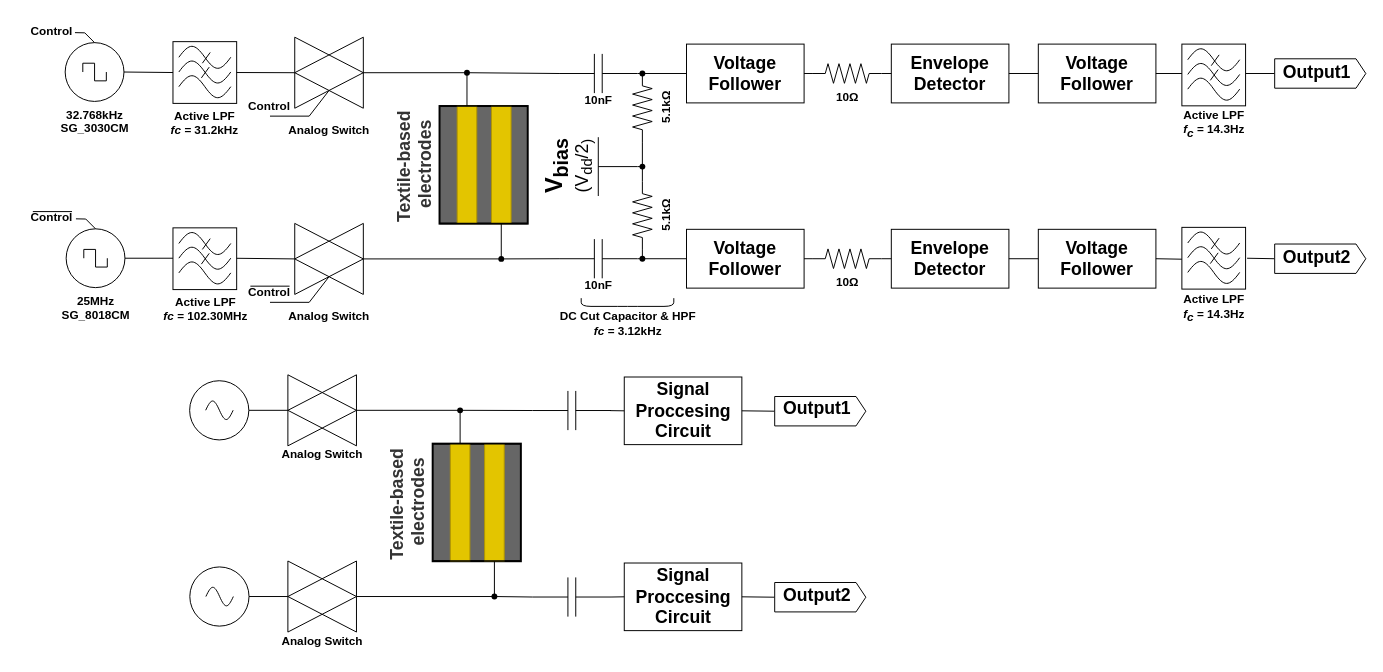
Before: forICCE2024.drawio in 10matcho27/drawio_figure, a draw.io diagram. Source tidied: cells renumbered, new cells numbered last; positions are measured from the earlier drawing's top-left corner, leaving out a move shared by most shapes. Both pictures are drawn from the tidied source at 98%, with x=0, y=0 at pixel (17, 17).
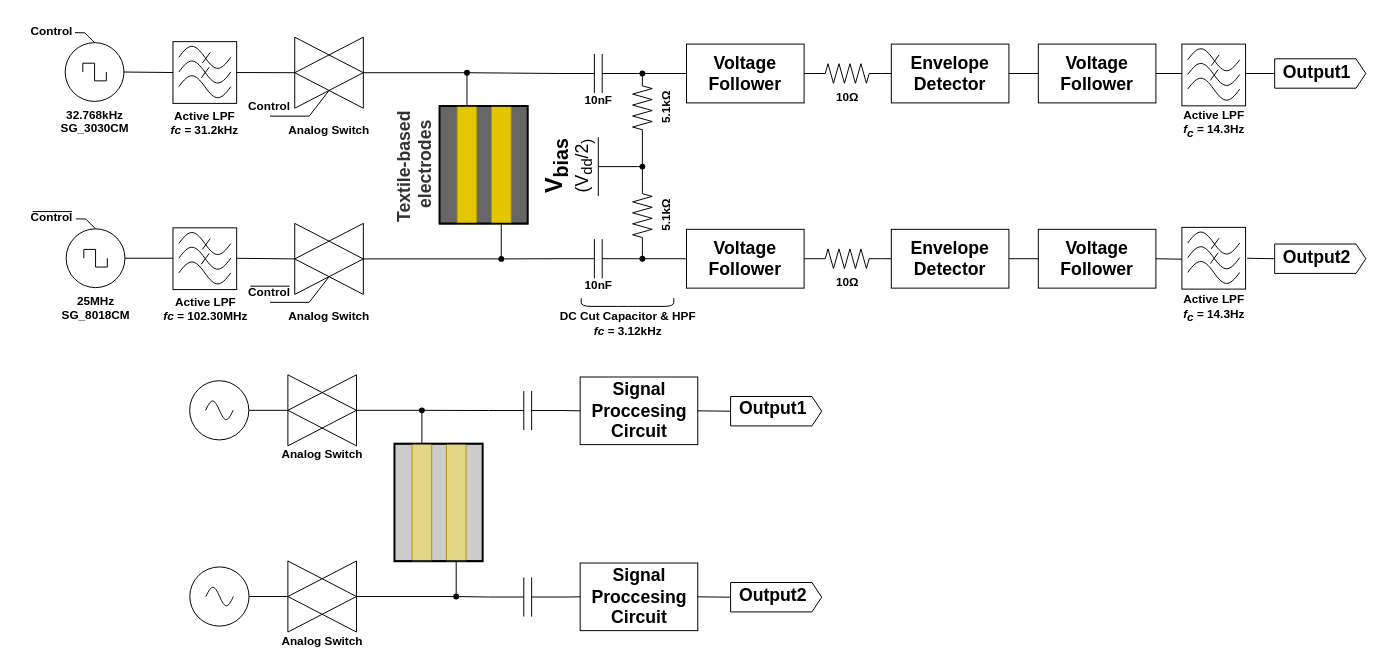
After the change.

Commit message (it also covers changes not shown here):
forICCE2024.drawio を更新します

What changed in the source:
```diff
@@
     <mxCell id="112" style="verticalLabelPosition=bottom;shadow=0;dashed=0;align=center;html=1;verticalAlign=top;shape=mxgraph.electrical.capacitors.capacitor_1;fontFamily=Century;spacingTop=-7;" parent="1" vertex="1">
-      <mxGeometry x="526" y="381.4" width="80" height="40" as="geometry" />
+      <mxGeometry x="481" y="381.4" width="80" height="40" as="geometry" />
     </mxCell>
-    <mxCell id="113" style="rounded=0;whiteSpace=wrap;html=1;fontFamily=Helvetica;fillColor=#666666;strokeColor=#000000;fontColor=#ffffff;rotation=90;strokeWidth=2;" parent="1" vertex="1">
-      <mxGeometry x="409" y="450.2" width="120" height="90" as="geometry" />
+    <mxCell id="113" style="rounded=0;whiteSpace=wrap;html=1;fontFamily=Helvetica;fillColor=#CCCCCC;strokeColor=#000000;fontColor=#ffffff;rotation=90;strokeWidth=2;" parent="1" vertex="1">
+      <mxGeometry x="370" y="450.2" width="120" height="90" as="geometry" />
     </mxCell>
-    <mxCell id="114" style="rounded=0;whiteSpace=wrap;html=1;fontFamily=Helvetica;fillColor=#E3C500;rotation=0;fontColor=#000000;strokeColor=#B09500;" parent="1" vertex="1">
-      <mxGeometry x="442" y="435.2" width="20" height="120" as="geometry" />
+    <mxCell id="114" style="rounded=0;whiteSpace=wrap;html=1;fontFamily=Helvetica;fillColor=#E3D786;rotation=0;fontColor=#000000;strokeColor=#B09500;" parent="1" vertex="1">
+      <mxGeometry x="403" y="435.2" width="20" height="120" as="geometry" />
     </mxCell>
-    <mxCell id="115" style="rounded=0;whiteSpace=wrap;html=1;fontFamily=Helvetica;fillColor=#E3C500;rotation=0;fontColor=#000000;strokeColor=#B09500;" parent="1" vertex="1">
-      <mxGeometry x="477" y="435.2" width="20" height="120" as="geometry" />
+    <mxCell id="115" style="rounded=0;whiteSpace=wrap;html=1;fontFamily=Helvetica;fillColor=#E3D786;rotation=0;fontColor=#000000;strokeColor=#B09500;" parent="1" vertex="1">
+      <mxGeometry x="438" y="435.2" width="20" height="120" as="geometry" />
     </mxCell>
     <mxCell id="116" style="shape=waypoint;sketch=0;fillStyle=solid;size=6;points=[];fillColor=none;perimeter=centerPerimeter;snapToPoint=1;verticalAlign=top;spacingBottom=0;spacingTop=-5;fontFamily=Verdana;fontSize=12;" parent="1" vertex="1">
-      <mxGeometry x="432" y="381.2" width="40" height="40" as="geometry" />
+      <mxGeometry x="393" y="381.2" width="40" height="40" as="geometry" />
     </mxCell>
     <mxCell id="117" style="verticalLabelPosition=bottom;shadow=0;dashed=0;align=center;html=1;verticalAlign=top;shape=mxgraph.electrical.capacitors.capacitor_1;fontFamily=Century;spacingTop=-7;" parent="1" vertex="1">
-      <mxGeometry x="526" y="571.7" width="80" height="40" as="geometry" />
+      <mxGeometry x="481" y="571.7" width="80" height="40" as="geometry" />
     </mxCell>
-    <mxCell id="118" value="&lt;div&gt;&lt;font face=&quot;Century&quot;&gt;&lt;b&gt;Textile-based&amp;nbsp;&lt;/b&gt;&lt;/font&gt;&lt;/div&gt;&lt;div&gt;&lt;font face=&quot;Century&quot;&gt;&lt;b&gt;electrodes&lt;/b&gt;&lt;/font&gt;&lt;/div&gt;" style="text;html=1;align=center;verticalAlign=middle;strokeColor=none;fillColor=none;fontSize=18;fontFamily=Helvetica;fontColor=#333333;rotation=-90;" parent="1" vertex="1">
-      <mxGeometry x="329" y="465.2" width="140" height="60" as="geometry" />
-    </mxCell>
@@
     <mxCell id="128" style="shape=waypoint;sketch=0;fillStyle=solid;size=6;points=[];fillColor=none;perimeter=centerPerimeter;snapToPoint=1;verticalAlign=top;spacingBottom=0;spacingTop=-5;fontFamily=Verdana;fontSize=12;" parent="1" vertex="1">
-      <mxGeometry x="467" y="571.2" width="40" height="40" as="geometry" />
+      <mxGeometry x="428" y="571.2" width="40" height="40" as="geometry" />
     </mxCell>
@@
     <mxCell id="138" style="endArrow=none;html=1;rounded=0;entryX=0;entryY=0;entryDx=0;entryDy=0;exitX=0;exitY=1;exitDx=0;exitDy=0;strokeWidth=1.5;" parent="1" edge="1">
       <mxGeometry relative="1" as="geometry">
-        <mxPoint x="424" y="555" as="sourcePoint" />
-        <mxPoint x="514" y="555" as="targetPoint" />
+        <mxPoint x="385" y="555" as="sourcePoint" />
+        <mxPoint x="475" y="555" as="targetPoint" />
       </mxGeometry>
     </mxCell>
@@
     <mxCell id="145" value="&lt;b&gt;Signal Proccesing Circuit&lt;br&gt;&lt;/b&gt;" style="rounded=0;whiteSpace=wrap;html=1;labelBackgroundColor=none;fontFamily=Century;fontSize=18;fillColor=none;" parent="1" vertex="1">
-      <mxGeometry x="619.5" y="557" width="120" height="69" as="geometry" />
+      <mxGeometry x="574.5" y="557" width="120" height="69" as="geometry" />
     </mxCell>
     <mxCell id="146" style="shape=mxgraph.arrows2.arrow;verticalLabelPosition=bottom;shadow=0;dashed=0;align=center;html=1;verticalAlign=top;strokeWidth=1;dy=0;dx=10;notch=0;labelBackgroundColor=none;fontFamily=Helvetica;fontSize=18;fillColor=none;" parent="1" vertex="1">
-      <mxGeometry x="773" y="576.9" width="93" height="30" as="geometry" />
+      <mxGeometry x="728" y="576.9" width="93" height="30" as="geometry" />
     </mxCell>
     <mxCell id="147" value="&lt;font face=&quot;Century&quot;&gt;&lt;b&gt;Output2&lt;/b&gt;&lt;/font&gt;" style="text;html=1;align=center;verticalAlign=middle;strokeColor=none;fillColor=none;fontSize=18;fontFamily=Helvetica;" parent="1" vertex="1">
-      <mxGeometry x="766" y="570.1" width="100" height="40" as="geometry" />
+      <mxGeometry x="721" y="570.1" width="100" height="40" as="geometry" />
     </mxCell>
@@
     <mxCell id="150" value="&lt;b&gt;Signal Proccesing Circuit&lt;br&gt;&lt;/b&gt;" style="rounded=0;whiteSpace=wrap;html=1;labelBackgroundColor=none;fontFamily=Century;fontSize=18;fillColor=none;" parent="1" vertex="1">
-      <mxGeometry x="619.5" y="367.2" width="120" height="69" as="geometry" />
+      <mxGeometry x="574.5" y="367.2" width="120" height="69" as="geometry" />
     </mxCell>
     <mxCell id="151" style="shape=mxgraph.arrows2.arrow;verticalLabelPosition=bottom;shadow=0;dashed=0;align=center;html=1;verticalAlign=top;strokeWidth=1;dy=0;dx=10;notch=0;labelBackgroundColor=none;fontFamily=Helvetica;fontSize=18;fillColor=none;" parent="1" vertex="1">
-      <mxGeometry x="773" y="387.1" width="93" height="30" as="geometry" />
+      <mxGeometry x="728" y="387.1" width="93" height="30" as="geometry" />
     </mxCell>
     <mxCell id="152" value="&lt;font face=&quot;Century&quot;&gt;&lt;b&gt;Output1&lt;/b&gt;&lt;/font&gt;" style="text;html=1;align=center;verticalAlign=middle;strokeColor=none;fillColor=none;fontSize=18;fontFamily=Helvetica;" parent="1" vertex="1">
-      <mxGeometry x="766" y="379.3" width="100" height="40" as="geometry" />
+      <mxGeometry x="721" y="379.3" width="100" height="40" as="geometry" />
     </mxCell>
```
